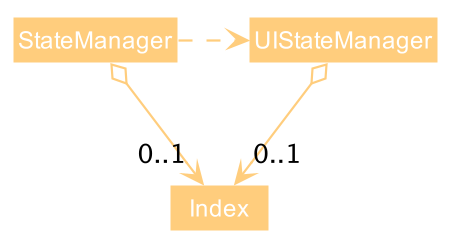
Earlier version of the PlantUML export docs/images/StateClassDiagram.png (nus-cs2103-AY2021S1/tp).
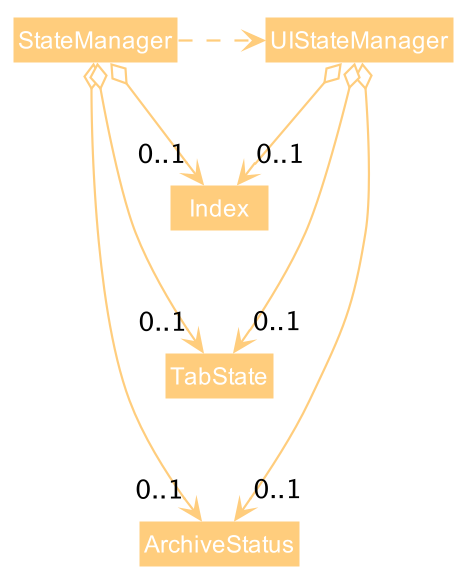
The same diagram one commit later.

Diff of the diagram source:
```diff
@@ -46,7 +46,7 @@
 skinparam packageStyle Rectangle
 
 hide footbox
-hide members
+hide empty members
 hide circle
 skinparam arrowThickness 1.1
 skinparam arrowColor #FFCD7D
@@ -56,10 +56,18 @@
 Class StateManager
 Class UIStateManager
 Class Index
+Class ArchiveStatus
+Class TabState
 
+Index -down[hidden]- TabState
+TabState -down[hidden]- ArchiveStatus
 
 StateManager o--> "0..1" Index
+StateManager o--> "0..1" ArchiveStatus
+StateManager o--> "0..1" TabState
 StateManager .right.> UIStateManager
 UIStateManager o--> "0..1" Index
+UIStateManager o--> "0..1" ArchiveStatus
+UIStateManager o--> "0..1" TabState
 
 @enduml
```
